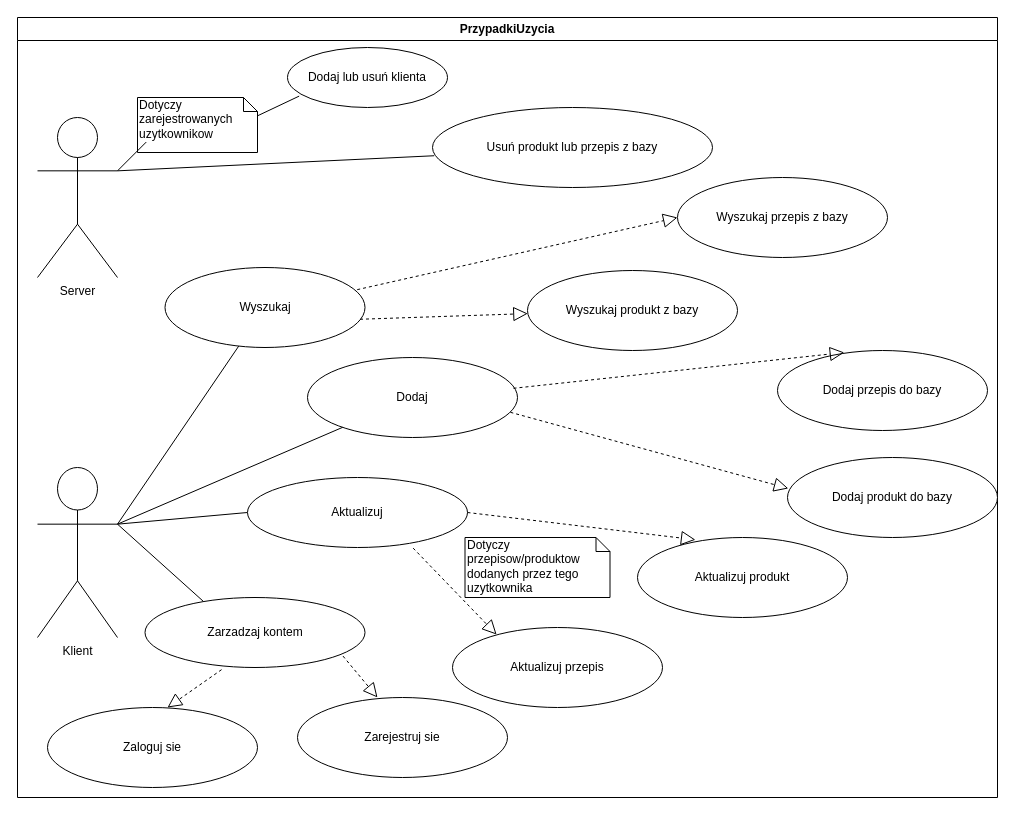
aniauli/inzynieriaOprogramowania keeps this draw.io diagram as PrzypadkiUzyciaDiagram.drawio. Above is the earlier version. Source tidied: cells renumbered, new cells numbered last; positions are measured from the earlier drawing's top-left corner, leaving out a move shared by most shapes. Both pictures are drawn from the tidied source at 100%, with x=0, y=0 at pixel (17, 17).
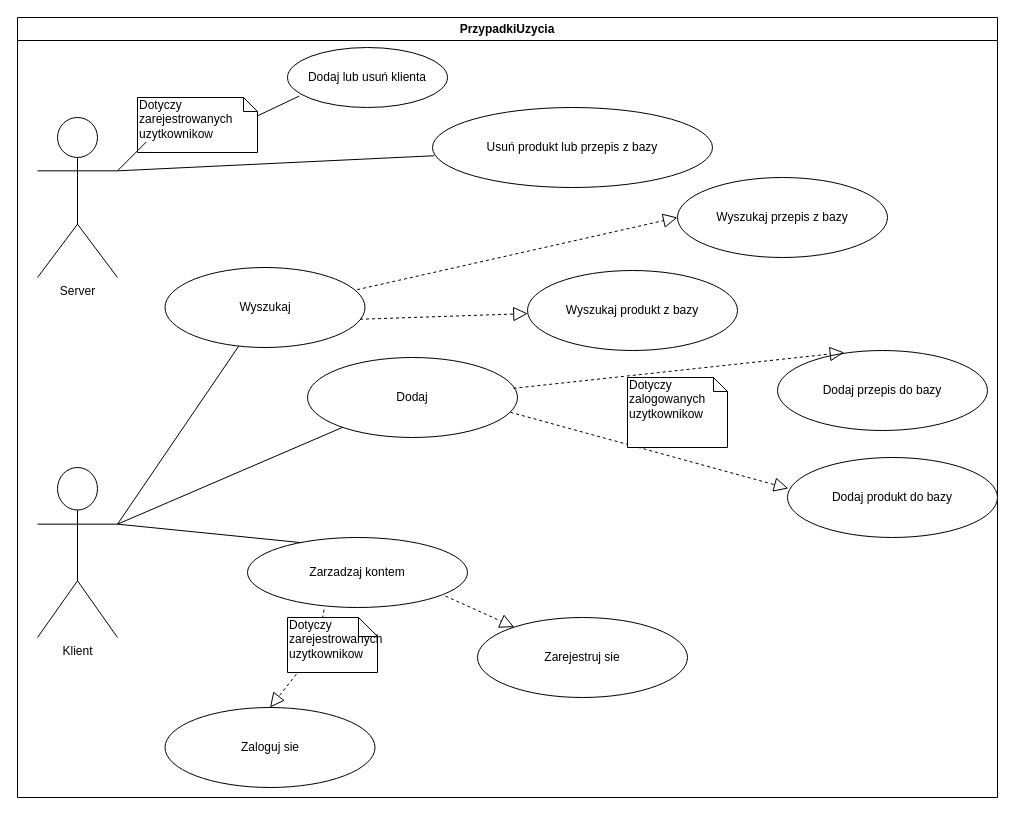
After the change.

Unchanged cells that the change refers to:
```xml
<mxCell id="2" value="PrzypadkiUzycia" style="swimlane;whiteSpace=wrap;" parent="1" vertex="1">
  <mxGeometry width="980" height="780" as="geometry" />
</mxCell>
<mxCell id="4" value="Klient&lt;br&gt;" style="shape=umlActor;verticalLabelPosition=bottom;verticalAlign=top;html=1;outlineConnect=0;" parent="2" vertex="1">
  <mxGeometry x="20" y="450" width="80" height="170" as="geometry" />
</mxCell>
```

The edit, as a diff of the source:
```diff
@@
-    <mxCell id="17" value="Aktualizuj przepis" style="ellipse;whiteSpace=wrap;html=1;align=center;newEdgeStyle={&quot;edgeStyle&quot;:&quot;entityRelationEdgeStyle&quot;,&quot;startArrow&quot;:&quot;none&quot;,&quot;endArrow&quot;:&quot;none&quot;,&quot;segment&quot;:10,&quot;curved&quot;:1};" parent="2" vertex="1">
-      <mxGeometry x="435" y="610" width="210" height="80" as="geometry" />
-    </mxCell>
-    <mxCell id="18" value="Aktualizuj produkt" style="ellipse;whiteSpace=wrap;html=1;align=center;newEdgeStyle={&quot;edgeStyle&quot;:&quot;entityRelationEdgeStyle&quot;,&quot;startArrow&quot;:&quot;none&quot;,&quot;endArrow&quot;:&quot;none&quot;,&quot;segment&quot;:10,&quot;curved&quot;:1};" parent="2" vertex="1">
-      <mxGeometry x="620" y="520" width="210" height="80" as="geometry" />
-    </mxCell>
-    <mxCell id="19" style="endArrow=none;html=1;entryX=1;entryY=0.3333333333333333;entryDx=0;entryDy=0;entryPerimeter=0;exitX=0;exitY=0.5;exitDx=0;exitDy=0;" parent="2" edge="1" source="27" target="4">
-      <mxGeometry relative="1" as="geometry" />
-    </mxCell>
-    <mxCell id="20" value="Dotyczy przepisow/produktow dodanych przez tego uzytkownika&lt;br&gt;" style="shape=note;whiteSpace=wrap;html=1;size=14;verticalAlign=top;align=left;spacingTop=-6;" parent="2" vertex="1">
-      <mxGeometry x="447.5" y="520" width="145" height="60" as="geometry" />
-    </mxCell>
@@
-    <mxCell id="27" value="Aktualizuj" style="ellipse;whiteSpace=wrap;html=1;" parent="2" vertex="1">
-      <mxGeometry x="230" y="460" width="220" height="70" as="geometry" />
-    </mxCell>
-    <mxCell id="28" style="endArrow=block;dashed=1;endFill=0;endSize=12;html=1;entryX=0.276;entryY=0.028;entryDx=0;entryDy=0;entryPerimeter=0;exitX=1;exitY=0.5;exitDx=0;exitDy=0;" parent="2" edge="1" source="27" target="18">
-      <mxGeometry relative="1" as="geometry" />
-    </mxCell>
-    <mxCell id="29" style="endArrow=block;dashed=1;endFill=0;endSize=12;html=1;entryX=0.21;entryY=0.088;entryDx=0;entryDy=0;entryPerimeter=0;exitX=0.753;exitY=1.009;exitDx=0;exitDy=0;exitPerimeter=0;" parent="2" edge="1" source="27" target="17">
-      <mxGeometry relative="1" as="geometry" />
-    </mxCell>
@@
     <mxCell id="31" value="Zarzadzaj kontem" style="ellipse;whiteSpace=wrap;html=1;" parent="2" vertex="1">
-      <mxGeometry x="127.5" y="580" width="220" height="70" as="geometry" />
+      <mxGeometry x="230" y="520" width="220" height="70" as="geometry" />
     </mxCell>
-    <mxCell id="32" style="endArrow=block;dashed=1;endFill=0;endSize=12;html=1;exitX=0.9;exitY=0.837;exitDx=0;exitDy=0;exitPerimeter=0;" parent="2" edge="1" source="31">
-      <mxGeometry relative="1" as="geometry">
-        <mxPoint x="360" y="680" as="targetPoint" />
-      </mxGeometry>
+    <mxCell id="32" style="endArrow=block;dashed=1;endFill=0;endSize=12;html=1;exitX=0.9;exitY=0.837;exitDx=0;exitDy=0;exitPerimeter=0;" parent="2" edge="1" source="31" target="33">
+      <mxGeometry relative="1" as="geometry" />
     </mxCell>
     <mxCell id="33" value="Zarejestruj sie" style="ellipse;whiteSpace=wrap;html=1;align=center;newEdgeStyle={&quot;edgeStyle&quot;:&quot;entityRelationEdgeStyle&quot;,&quot;startArrow&quot;:&quot;none&quot;,&quot;endArrow&quot;:&quot;none&quot;,&quot;segment&quot;:10,&quot;curved&quot;:1};" parent="2" vertex="1">
-      <mxGeometry x="280" y="680" width="210" height="80" as="geometry" />
+      <mxGeometry x="460" y="600" width="210" height="80" as="geometry" />
     </mxCell>
     <mxCell id="34" value="Zaloguj sie" style="ellipse;whiteSpace=wrap;html=1;align=center;newEdgeStyle={&quot;edgeStyle&quot;:&quot;entityRelationEdgeStyle&quot;,&quot;startArrow&quot;:&quot;none&quot;,&quot;endArrow&quot;:&quot;none&quot;,&quot;segment&quot;:10,&quot;curved&quot;:1};" parent="2" vertex="1">
-      <mxGeometry x="30" y="690" width="210" height="80" as="geometry" />
+      <mxGeometry x="147.5" y="690" width="210" height="80" as="geometry" />
     </mxCell>
-    <mxCell id="35" style="endArrow=block;dashed=1;endFill=0;endSize=12;html=1;exitX=0.348;exitY=1.031;exitDx=0;exitDy=0;exitPerimeter=0;" parent="1" edge="1" source="31">
+    <mxCell id="35" style="endArrow=block;dashed=1;endFill=0;endSize=12;html=1;exitX=0.348;exitY=1.031;exitDx=0;exitDy=0;exitPerimeter=0;entryX=0.5;entryY=0;entryDx=0;entryDy=0;" parent="2" edge="1" source="31" target="34">
       <mxGeometry relative="1" as="geometry">
-        <mxPoint x="150" y="690" as="targetPoint" />
+        <Array as="points">
+          <mxPoint x="300" y="630" />
+        </Array>
       </mxGeometry>
     </mxCell>
+    <mxCell id="36" value="Dotyczy zalogowanych uzytkownikow" style="shape=note;whiteSpace=wrap;html=1;size=14;verticalAlign=top;align=left;spacingTop=-6;" parent="2" vertex="1">
+      <mxGeometry x="610" y="360" width="100" height="70" as="geometry" />
+    </mxCell>
+    <mxCell id="37" value="Dotyczy zarejestrowanych uzytkownikow&lt;br&gt;" style="shape=note;whiteSpace=wrap;html=1;size=19;verticalAlign=top;align=left;spacingTop=-6;" parent="2" vertex="1">
+      <mxGeometry x="270" y="600" width="90" height="55" as="geometry" />
+    </mxCell>
```
